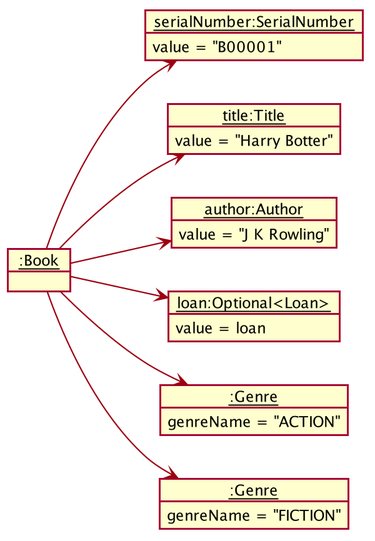
Earlier version of the PlantUML export docs/images/BookObjectDiagram.png (nus-cs2103-AY1920S1/addressbook-level3).
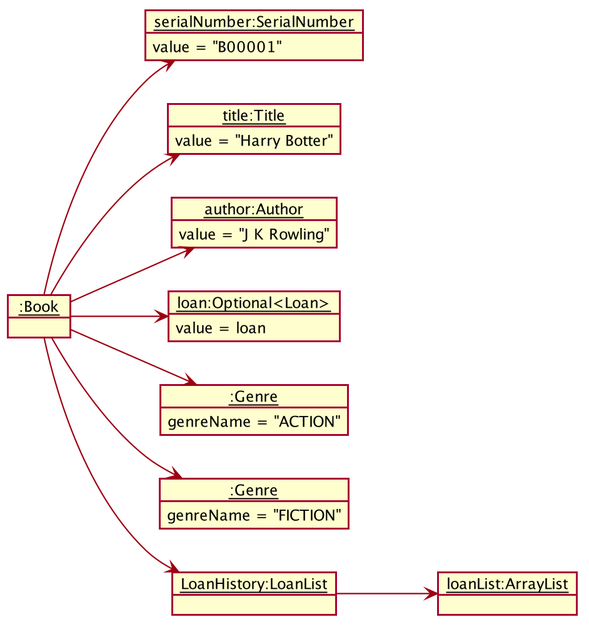
Above is the later version.

Diff of the diagram source:
```diff
@@ -81,6 +81,13 @@
     genreName = "FICTION"
 }
 
+object "__LoanHistory:LoanList__" as LoanHistory {
+
+}
+
+object "__loanList:ArrayList__" as LoanList {
+
+}
 
 Book --> SerialNumber
 Book --> Title
@@ -88,4 +95,7 @@
 Book --> Genre1
 Book --> Genre2
 Book --> Loan
+Book --> LoanHistory
+
+LoanHistory --> LoanList
 @enduml
```
